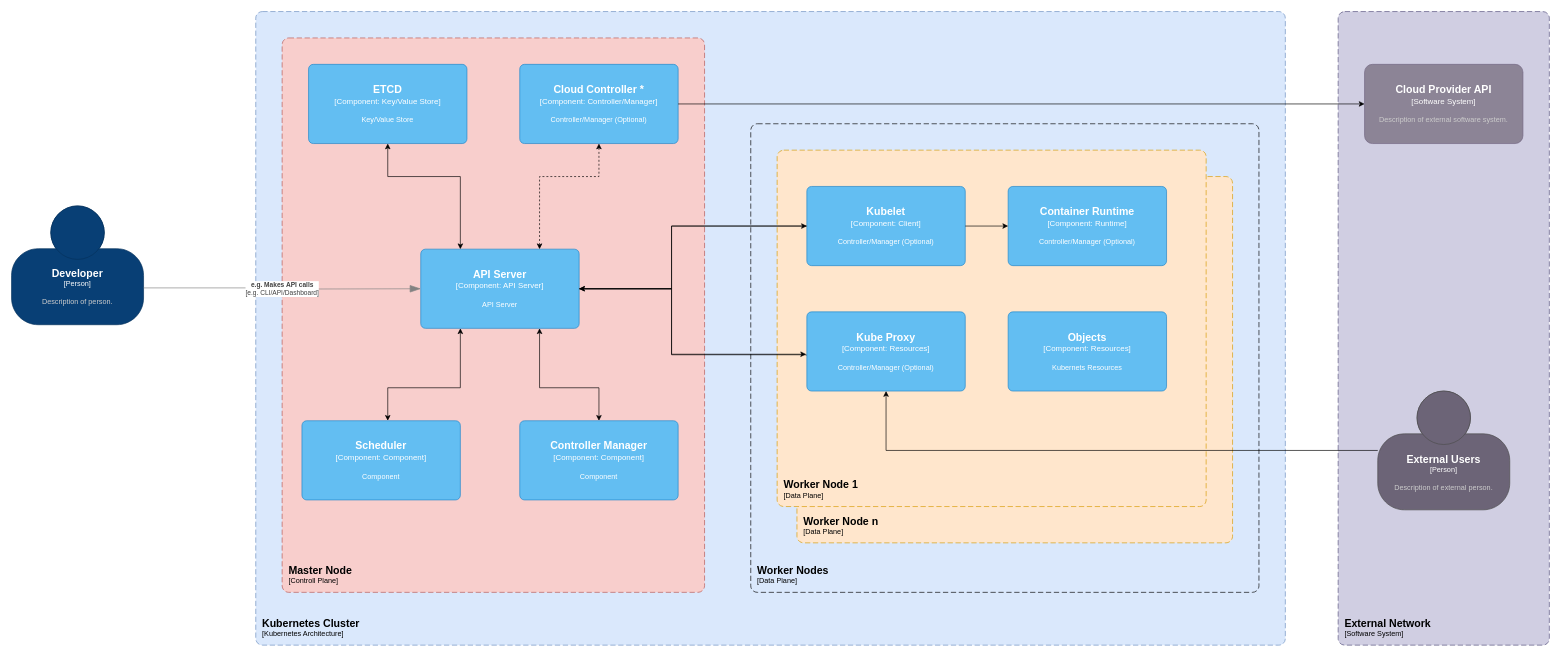
This is page "Context and Scope" (1 of 10) of resources/enterprise-architecture.drawio from microtema/K8S-Architecture, a draw.io file, before an edit. Source tidied: cells renumbered, new cells numbered last; positions are measured from the earlier drawing's top-left corner, leaving out a move shared by most shapes. Both pictures are drawn from the tidied source at 66%, with x=0, y=0 at pixel (11, 11).
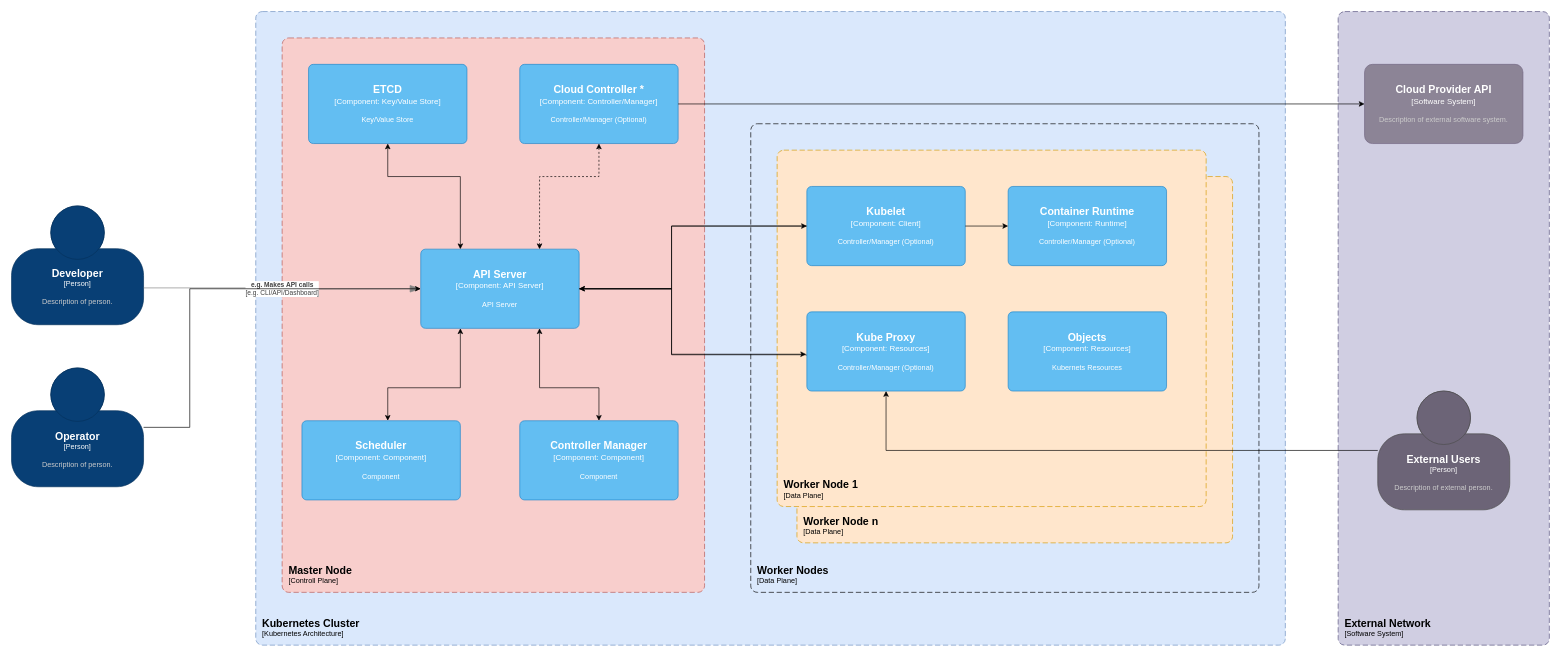
The same diagram, later.

The change refers to these unchanged cells:
```xml
<object id="11" label="&lt;font style=&quot;font-size: 16px&quot;&gt;&lt;b&gt;%c4Name%&lt;/b&gt;&lt;/font&gt;&lt;div&gt;[%c4Type%: %c4Technology%]&lt;/div&gt;&lt;br&gt;&lt;div&gt;&lt;font style=&quot;font-size: 11px&quot;&gt;%c4Description%&lt;/font&gt;&lt;/div&gt;" c4Description="API Server" c4Name="API Server" c4Technology="API Server" c4Type="Component" placeholders="1">
  <mxCell style="rounded=1;whiteSpace=wrap;html=1;labelBackgroundColor=none;fillColor=#63BEF2;fontColor=#ffffff;align=center;arcSize=6;strokeColor=#2086C9;points=[[0.25,0,0],[0.5,0,0],[0.75,0,0],[1,0.25,0],[1,0.5,0],[1,0.75,0],[0.75,1,0],[0.5,1,0],[0.25,1,0],[0,0.75,0],[0,0.5,0],[0,0.25,0]];" parent="1" vertex="1">
    <mxGeometry x="620" y="360" width="240" height="120" as="geometry" />
  </mxCell>
</object>
```

Change to the diagram source:
```diff
@@
+    <object id="32" label="&lt;font style=&quot;font-size: 16px&quot;&gt;&lt;b&gt;%c4Name%&lt;/b&gt;&lt;/font&gt;&lt;div&gt;[%c4Type%]&lt;/div&gt;&lt;br&gt;&lt;div&gt;&lt;font style=&quot;font-size: 11px&quot;&gt;&lt;font color=&quot;#cccccc&quot;&gt;%c4Description%&lt;/font&gt;&lt;/div&gt;" c4Description="Description of person." c4Name="Operator" c4Type="Person" placeholders="1">
+      <mxCell style="html=1;fontSize=11;dashed=0;whiteSpace=wrap;fillColor=#083F75;strokeColor=#06315C;fontColor=#ffffff;shape=mxgraph.c4.person2;align=center;points=[[0.5,0,0],[1,0.5,0],[1,0.75,0],[0.75,1,0],[0.5,1,0],[0.25,1,0],[0,0.75,0],[0,0.5,0]];" parent="1" vertex="1">
+        <mxGeometry y="540" width="200" height="180" as="geometry" />
+      </mxCell>
+    </object>
+    <mxCell id="33" style="edgeStyle=orthogonalEdgeStyle;rounded=0;jettySize=auto;html=1;entryX=0;entryY=0.5;entryDx=0;entryDy=0;entryPerimeter=0;" parent="1" edge="1" source="32" target="11">
+      <mxGeometry relative="1" as="geometry">
+        <Array as="points">
+          <mxPoint x="270" y="630" />
+          <mxPoint x="270" y="420" />
+        </Array>
+      </mxGeometry>
+    </mxCell>
```
